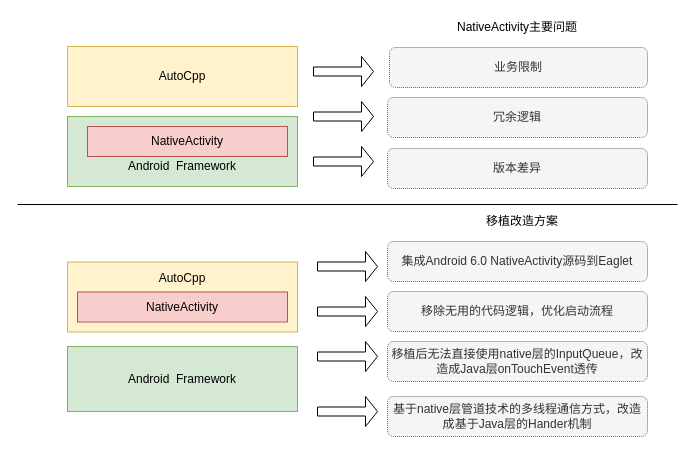
muupu/Asyevent keeps this draw.io diagram as page "NativeActivity" (3 of 3) of AL.drawio. Above is the earlier version. Source tidied: cells renumbered, new cells numbered last; positions are measured from the earlier drawing's top-left corner, leaving out a move shared by most shapes. Both pictures are drawn from the tidied source at 100%, with x=0, y=0 at pixel (17, 17).
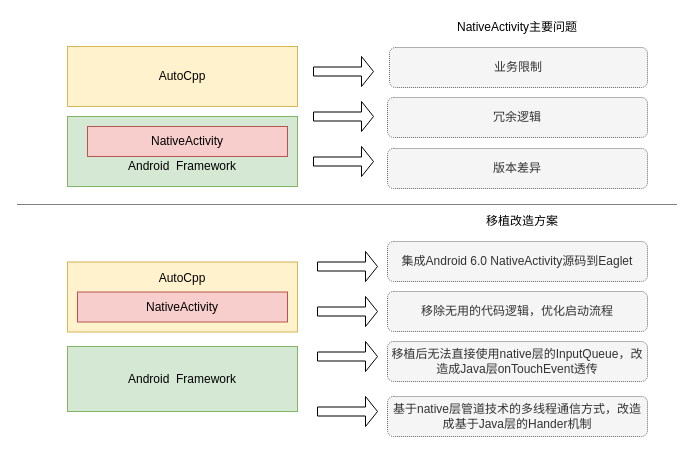
The same page after the edit.

The edit, as a diff of the source:
```diff
@@
-    <mxCell id="4" style="line;strokeWidth=1;html=1;perimeter=backbonePerimeter;" parent="1" vertex="1">
+    <mxCell id="4" style="line;strokeWidth=1;html=1;perimeter=backbonePerimeter;dashed=1;dashPattern=1 1;" parent="1" vertex="1">
       <mxGeometry y="182" width="660" height="10" as="geometry" />
     </mxCell>
```
